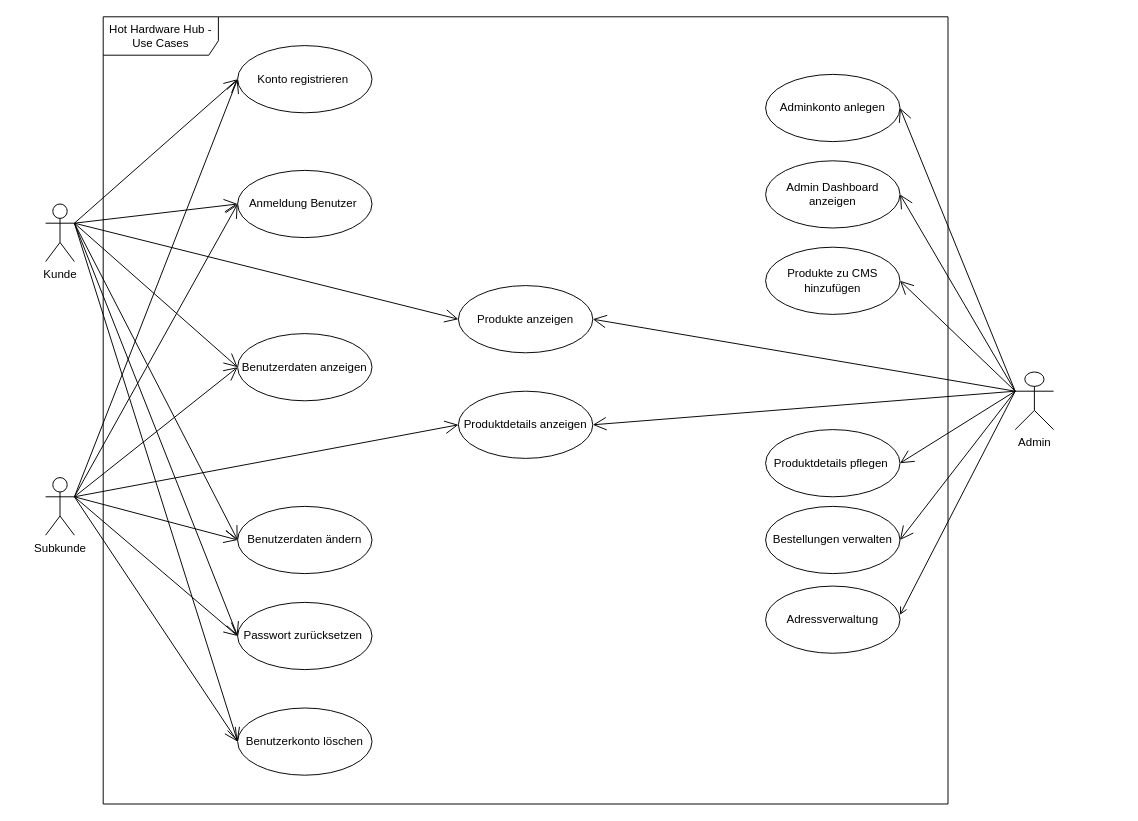
Above: use_case_diagramm.dio in dhbw-wi22a/project_models_diagrams (draw.io), before the change. Source tidied: cells renumbered, new cells numbered last; positions are measured from the earlier drawing's top-left corner, leaving out a move shared by most shapes. Both pictures are drawn from the tidied source at 96%, with x=0, y=0 at pixel (45, 16).
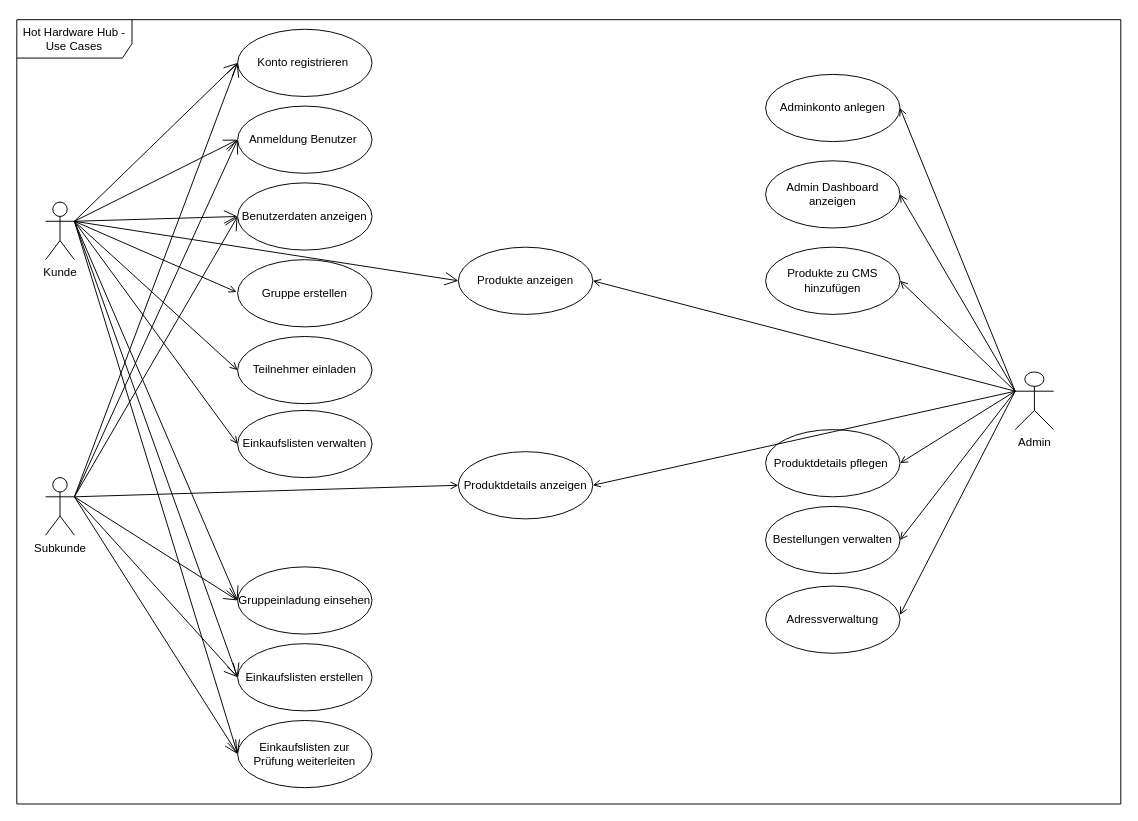
Above is the later version.

Commit message (it also covers changes not shown here):
adapt use_case_diagramm to actual state

Unchanged cells that the change refers to:
```xml
<mxCell id="4" value="Admin" style="shape=umlActor;verticalLabelPosition=bottom;verticalAlign=top;html=1;" parent="1" vertex="1">
  <mxGeometry x="1010" y="370" width="40" height="60" as="geometry" />
</mxCell>
<mxCell id="14" value="Adminkonto anlegen" style="ellipse;whiteSpace=wrap;html=1;" parent="1" vertex="1">
  <mxGeometry x="750" y="60" width="140" height="70" as="geometry" />
</mxCell>
<mxCell id="15" value="Produktdetails pflegen&amp;nbsp;" style="ellipse;whiteSpace=wrap;html=1;" parent="1" vertex="1">
  <mxGeometry x="750" y="430" width="140" height="70" as="geometry" />
</mxCell>
<mxCell id="16" value="Bestellungen verwalten" style="ellipse;whiteSpace=wrap;html=1;" parent="1" vertex="1">
  <mxGeometry x="750" y="510" width="140" height="70" as="geometry" />
</mxCell>
<mxCell id="17" value="Admin Dashboard anzeigen" style="ellipse;whiteSpace=wrap;html=1;" parent="1" vertex="1">
  <mxGeometry x="750" y="150" width="140" height="70" as="geometry" />
</mxCell>
<mxCell id="18" value="Produkte zu CMS hinzufügen" style="ellipse;whiteSpace=wrap;html=1;" parent="1" vertex="1">
  <mxGeometry x="750" y="240" width="140" height="70" as="geometry" />
</mxCell>
```

What changed in the source:
```diff
@@
+    <mxCell id="5" value="Hot Hardware Hub - Use Cases" style="shape=umlFrame;whiteSpace=wrap;html=1;width=120;height=40;" parent="1" vertex="1">
+      <mxGeometry x="-30" y="3" width="1150" height="817" as="geometry" />
+    </mxCell>
+    <mxCell id="42" style="edgeStyle=none;html=1;entryX=-0.008;entryY=0.481;entryDx=0;entryDy=0;entryPerimeter=0;exitX=1;exitY=0.3333333333333333;exitDx=0;exitDy=0;exitPerimeter=0;endArrow=open;endFill=0;" parent="1" edge="1" source="2" target="43">
+      <mxGeometry relative="1" as="geometry" />
+    </mxCell>
     <mxCell id="2" value="Kunde" style="shape=umlActor;verticalLabelPosition=bottom;verticalAlign=top;html=1;" parent="1" vertex="1">
-      <mxGeometry y="195" width="30" height="60" as="geometry" />
+      <mxGeometry y="193" width="30" height="60" as="geometry" />
     </mxCell>
@@
-    <mxCell id="5" value="Hot Hardware Hub - Use Cases" style="shape=umlFrame;whiteSpace=wrap;html=1;width=120;height=40;" parent="1" vertex="1">
-      <mxGeometry x="60" width="880" height="820" as="geometry" />
-    </mxCell>
     <mxCell id="6" value="Konto registrieren&amp;nbsp;" style="ellipse;whiteSpace=wrap;html=1;" parent="1" vertex="1">
-      <mxGeometry x="200" y="30" width="140" height="70" as="geometry" />
+      <mxGeometry x="200" y="13" width="140" height="70" as="geometry" />
     </mxCell>
     <mxCell id="7" value="Anmeldung Benutzer&amp;nbsp;" style="ellipse;whiteSpace=wrap;html=1;" parent="1" vertex="1">
-      <mxGeometry x="200" y="160" width="140" height="70" as="geometry" />
+      <mxGeometry x="200" y="93" width="140" height="70" as="geometry" />
     </mxCell>
-    <mxCell id="8" value="Benutzerkonto löschen" style="ellipse;whiteSpace=wrap;html=1;" parent="1" vertex="1">
-      <mxGeometry x="200" y="720" width="140" height="70" as="geometry" />
+    <mxCell id="8" value="Einkaufslisten zur Prüfung weiterleiten" style="ellipse;whiteSpace=wrap;html=1;" parent="1" vertex="1">
+      <mxGeometry x="200" y="733" width="140" height="70" as="geometry" />
     </mxCell>
     <mxCell id="9" value="Benutzerdaten anzeigen" style="ellipse;whiteSpace=wrap;html=1;" parent="1" vertex="1">
-      <mxGeometry x="200" y="330" width="140" height="70" as="geometry" />
+      <mxGeometry x="200" y="173" width="140" height="70" as="geometry" />
     </mxCell>
-    <mxCell id="10" value="Benutzerdaten ändern" style="ellipse;whiteSpace=wrap;html=1;" parent="1" vertex="1">
-      <mxGeometry x="200" y="510" width="140" height="70" as="geometry" />
+    <mxCell id="10" value="Gruppeinladung einsehen" style="ellipse;whiteSpace=wrap;html=1;" parent="1" vertex="1">
+      <mxGeometry x="200" y="573" width="140" height="70" as="geometry" />
     </mxCell>
-    <mxCell id="11" value="Passwort zurücksetzen&amp;nbsp;" style="ellipse;whiteSpace=wrap;html=1;" parent="1" vertex="1">
-      <mxGeometry x="200" y="610" width="140" height="70" as="geometry" />
+    <mxCell id="11" value="Einkaufslisten erstellen" style="ellipse;whiteSpace=wrap;html=1;" parent="1" vertex="1">
+      <mxGeometry x="200" y="653" width="140" height="70" as="geometry" />
     </mxCell>
     <mxCell id="12" value="Produkte anzeigen" style="ellipse;whiteSpace=wrap;html=1;" parent="1" vertex="1">
-      <mxGeometry x="430" y="280" width="140" height="70" as="geometry" />
+      <mxGeometry x="430" y="240" width="140" height="70" as="geometry" />
     </mxCell>
     <mxCell id="13" value="Produktdetails anzeigen" style="ellipse;whiteSpace=wrap;html=1;" parent="1" vertex="1">
-      <mxGeometry x="430" y="390" width="140" height="70" as="geometry" />
+      <mxGeometry x="430" y="453" width="140" height="70" as="geometry" />
     </mxCell>
@@
-    <mxCell id="31" style="endArrow=open;endFill=1;endSize=12;html=1;rounded=0;entryX=1;entryY=0.5;entryDx=0;entryDy=0;exitX=0;exitY=0.3333333333333333;exitDx=0;exitDy=0;exitPerimeter=0;" parent="1" edge="1" source="4" target="16">
+    <mxCell id="31" style="endArrow=open;endFill=1;html=1;rounded=0;entryX=1;entryY=0.5;entryDx=0;entryDy=0;exitX=0;exitY=0.3333333333333333;exitDx=0;exitDy=0;exitPerimeter=0;" parent="1" edge="1" source="4" target="16">
       <mxGeometry relative="1" as="geometry" />
     </mxCell>
-    <mxCell id="32" style="endArrow=open;endFill=1;endSize=12;html=1;rounded=0;entryX=1;entryY=0.5;entryDx=0;entryDy=0;exitX=0;exitY=0.3333333333333333;exitDx=0;exitDy=0;exitPerimeter=0;" parent="1" edge="1" source="4" target="17">
+    <mxCell id="32" style="endArrow=open;endFill=1;html=1;rounded=0;entryX=1;entryY=0.5;entryDx=0;entryDy=0;exitX=0;exitY=0.3333333333333333;exitDx=0;exitDy=0;exitPerimeter=0;" parent="1" edge="1" source="4" target="17">
       <mxGeometry relative="1" as="geometry" />
     </mxCell>
-    <mxCell id="33" style="endArrow=open;endFill=1;endSize=12;html=1;rounded=0;entryX=1;entryY=0.5;entryDx=0;entryDy=0;exitX=0;exitY=0.3333333333333333;exitDx=0;exitDy=0;exitPerimeter=0;" parent="1" edge="1" source="4" target="15">
+    <mxCell id="33" style="endArrow=open;endFill=1;html=1;rounded=0;entryX=1;entryY=0.5;entryDx=0;entryDy=0;exitX=0;exitY=0.3333333333333333;exitDx=0;exitDy=0;exitPerimeter=0;" parent="1" edge="1" source="4" target="15">
       <mxGeometry relative="1" as="geometry" />
     </mxCell>
-    <mxCell id="34" style="endArrow=open;endFill=1;endSize=12;html=1;rounded=0;entryX=1;entryY=0.5;entryDx=0;entryDy=0;exitX=0;exitY=0.3333333333333333;exitDx=0;exitDy=0;exitPerimeter=0;" parent="1" edge="1" source="4" target="18">
+    <mxCell id="34" style="endArrow=open;endFill=1;html=1;rounded=0;entryX=1;entryY=0.5;entryDx=0;entryDy=0;exitX=0;exitY=0.3333333333333333;exitDx=0;exitDy=0;exitPerimeter=0;" parent="1" edge="1" source="4" target="18">
       <mxGeometry relative="1" as="geometry" />
     </mxCell>
-    <mxCell id="35" style="endArrow=open;endFill=1;endSize=12;html=1;rounded=0;entryX=1;entryY=0.5;entryDx=0;entryDy=0;exitX=0;exitY=0.3333333333333333;exitDx=0;exitDy=0;exitPerimeter=0;" parent="1" edge="1" source="4" target="14">
+    <mxCell id="35" style="endArrow=open;endFill=1;html=1;rounded=0;entryX=1;entryY=0.5;entryDx=0;entryDy=0;exitX=0;exitY=0.3333333333333333;exitDx=0;exitDy=0;exitPerimeter=0;" parent="1" edge="1" source="4" target="14">
       <mxGeometry relative="1" as="geometry" />
     </mxCell>
-    <mxCell id="36" style="endArrow=open;endFill=1;endSize=12;html=1;rounded=0;exitX=0;exitY=0.3333333333333333;exitDx=0;exitDy=0;exitPerimeter=0;entryX=1;entryY=0.5;entryDx=0;entryDy=0;" parent="1" edge="1" source="4" target="13">
+    <mxCell id="36" style="endArrow=open;endFill=1;html=1;rounded=0;exitX=0;exitY=0.3333333333333333;exitDx=0;exitDy=0;exitPerimeter=0;entryX=1;entryY=0.5;entryDx=0;entryDy=0;" parent="1" edge="1" source="4" target="13">
       <mxGeometry relative="1" as="geometry" />
     </mxCell>
@@
-    <mxCell id="38" style="endArrow=open;endFill=1;endSize=12;html=1;rounded=0;entryX=1;entryY=0.5;entryDx=0;entryDy=0;exitX=0;exitY=0.3333333333333333;exitDx=0;exitDy=0;exitPerimeter=0;" parent="1" edge="1" source="4" target="12">
+    <mxCell id="38" style="endArrow=open;endFill=1;html=1;rounded=0;entryX=1;entryY=0.5;entryDx=0;entryDy=0;exitX=0;exitY=0.3333333333333333;exitDx=0;exitDy=0;exitPerimeter=0;" parent="1" edge="1" source="4" target="12">
       <mxGeometry relative="1" as="geometry" />
     </mxCell>
-    <mxCell id="39" style="endArrow=open;endFill=1;endSize=12;html=1;rounded=0;entryX=0;entryY=0.5;entryDx=0;entryDy=0;" parent="1" edge="1" target="13">
-      <mxGeometry relative="1" as="geometry">
-        <mxPoint x="30" y="500" as="sourcePoint" />
-      </mxGeometry>
-    </mxCell>
@@
+    <mxCell id="43" value="Gruppe erstellen" style="ellipse;whiteSpace=wrap;html=1;" parent="1" vertex="1">
+      <mxGeometry x="200" y="253" width="140" height="70" as="geometry" />
+    </mxCell>
+    <mxCell id="44" value="Teilnehmer einladen" style="ellipse;whiteSpace=wrap;html=1;" parent="1" vertex="1">
+      <mxGeometry x="200" y="333" width="140" height="70" as="geometry" />
+    </mxCell>
+    <mxCell id="45" style="endArrow=open;endFill=0;html=1;rounded=0;entryX=0;entryY=0.5;entryDx=0;entryDy=0;" parent="1" edge="1" target="13">
+      <mxGeometry relative="1" as="geometry">
+        <mxPoint x="30" y="500" as="sourcePoint" />
+      </mxGeometry>
+    </mxCell>
+    <mxCell id="46" value="Einkaufslisten verwalten" style="ellipse;whiteSpace=wrap;html=1;" parent="1" vertex="1">
+      <mxGeometry x="200" y="410" width="140" height="70" as="geometry" />
+    </mxCell>
+    <mxCell id="47" style="endArrow=open;endFill=0;html=1;rounded=0;entryX=0;entryY=0.5;entryDx=0;entryDy=0;" parent="1" edge="1" target="44">
+      <mxGeometry relative="1" as="geometry">
+        <mxPoint x="30" y="213" as="sourcePoint" />
+      </mxGeometry>
+    </mxCell>
+    <mxCell id="48" style="endArrow=open;endFill=0;html=1;rounded=0;entryX=0;entryY=0.5;entryDx=0;entryDy=0;" parent="1" edge="1" target="46">
+      <mxGeometry relative="1" as="geometry">
+        <mxPoint x="30" y="213" as="sourcePoint" />
+      </mxGeometry>
+    </mxCell>
```
